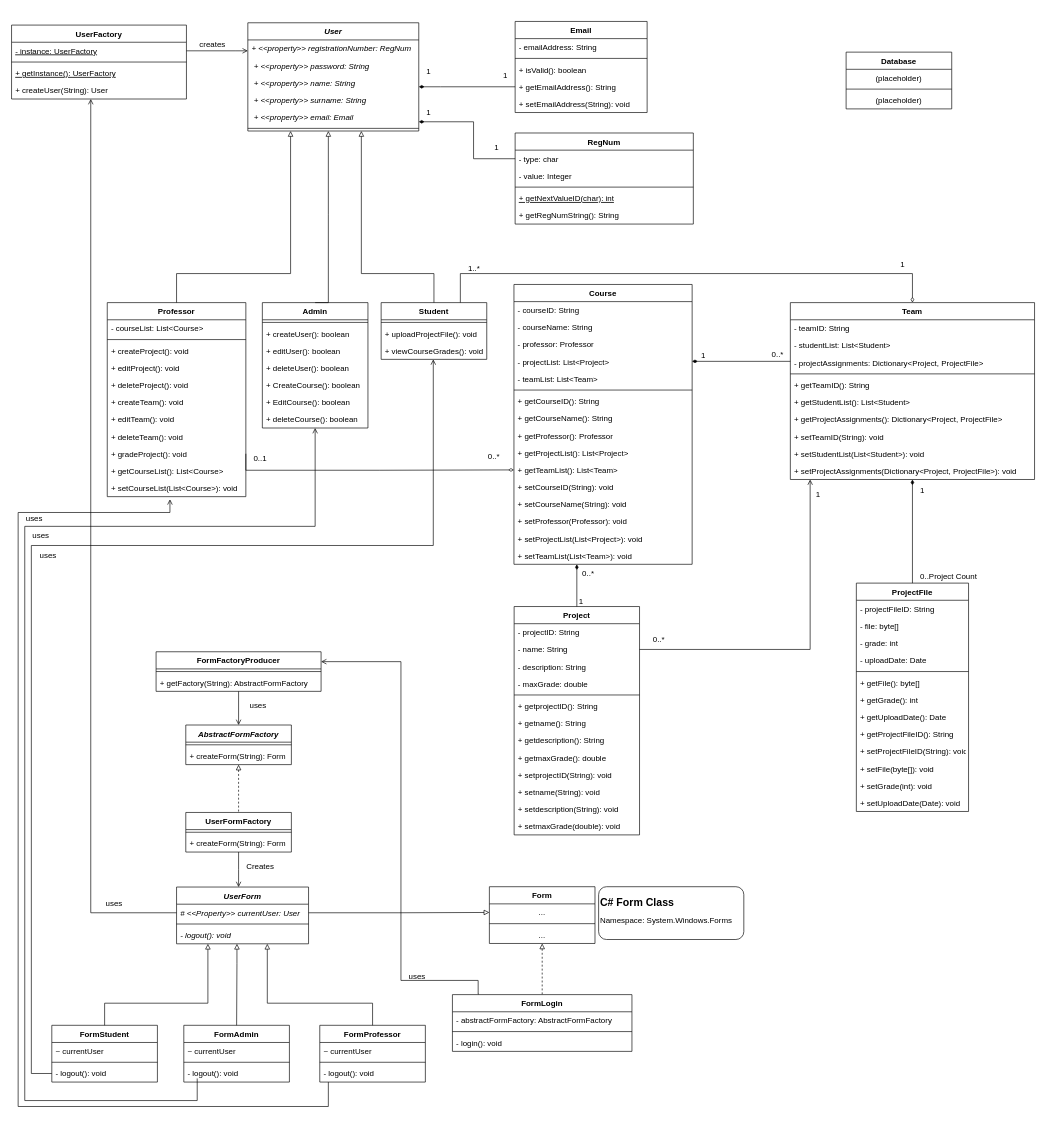
Syrko/E-ClassApplication keeps this draw.io diagram as ClassDiagrams/ClassDiagram_v2.drawio. Above is the earlier version. Source tidied: cells renumbered, new cells numbered last; positions are measured from the earlier drawing's top-left corner, leaving out a move shared by most shapes. Both pictures are drawn from the tidied source at 66%, with x=0, y=0 at pixel (11, 21).
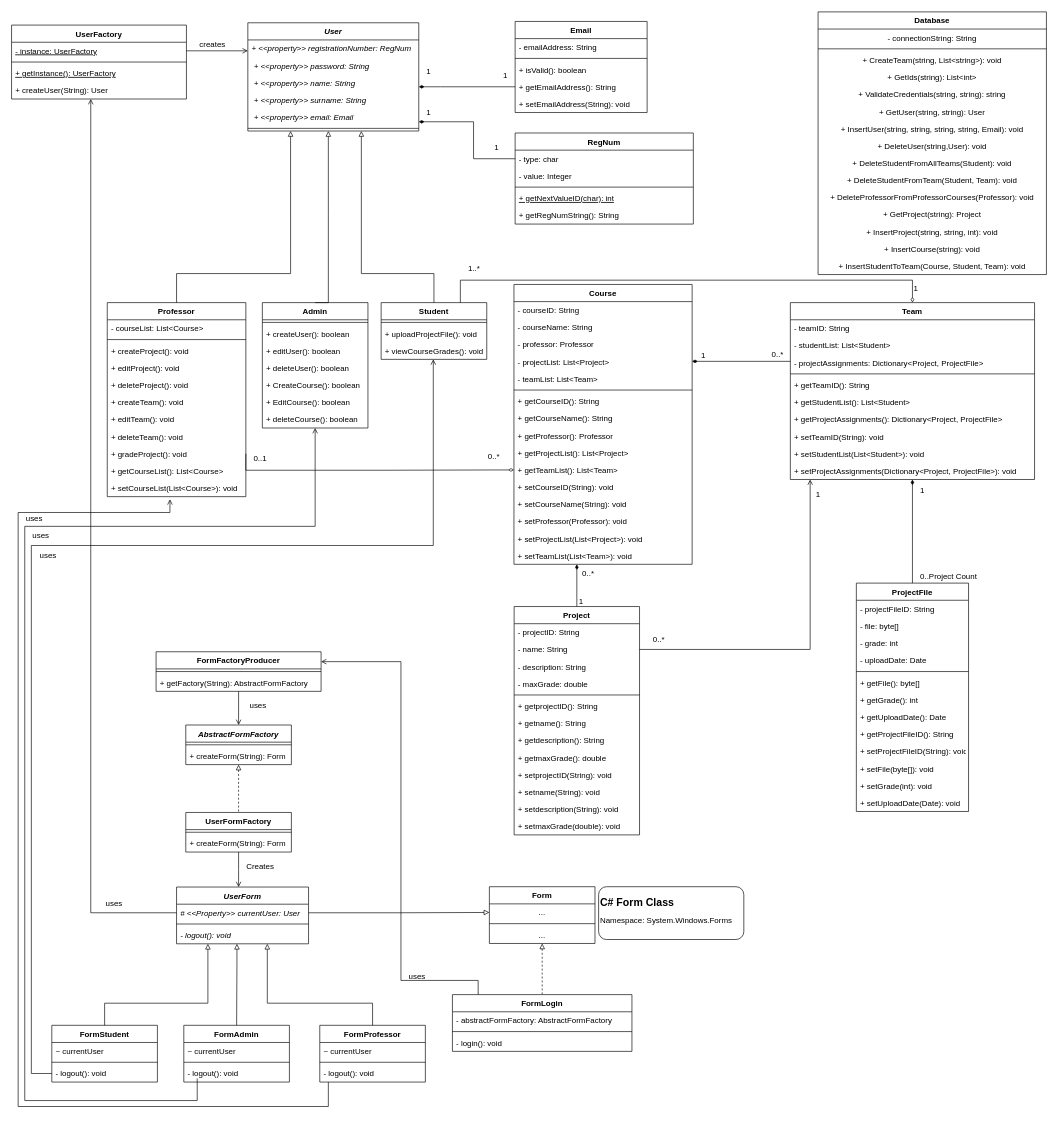
After the change.

Commit message:
Modified Class Diagram

The change refers to these unchanged cells:
```xml
<mxCell id="18" value="Student" style="swimlane;fontStyle=1;align=center;verticalAlign=top;horizontal=1;startSize=26;fillColor=none;" parent="1" vertex="1">
  <mxGeometry x="560" y="426" width="160" height="86" as="geometry" />
</mxCell>
<mxCell id="74" value="Team" style="swimlane;fontStyle=1;align=center;verticalAlign=top;horizontal=1;startSize=26;fillColor=none;" parent="1" vertex="1">
  <mxGeometry x="1180" y="426" width="370" height="268" as="geometry" />
</mxCell>
```

Change to the diagram source:
```diff
@@
     <mxCell id="73" style="edgeStyle=orthogonalEdgeStyle;rounded=0;jettySize=auto;html=1;exitX=0.5;exitY=0;exitDx=0;exitDy=0;entryX=0.75;entryY=0;entryDx=0;entryDy=0;endArrow=none;endFill=0;startArrow=diamondThin;startFill=0;" parent="1" edge="1" source="74" target="18">
       <mxGeometry relative="1" as="geometry">
         <Array as="points">
-          <mxPoint x="1365" y="382" />
-          <mxPoint x="680" y="382" />
+          <mxPoint x="1365" y="392" />
+          <mxPoint x="680" y="392" />
         </Array>
       </mxGeometry>
     </mxCell>
@@
     <mxCell id="127" value="1" style="text;html=1;align=left;verticalAlign=top;spacingTop=-4;" parent="1" vertex="1">
-      <mxGeometry x="1344.5" y="359" width="20" height="20" as="geometry" />
+      <mxGeometry x="1365" y="395" width="20" height="20" as="geometry" />
     </mxCell>
@@
-    <mxCell id="182" value="Database" style="swimlane;fontStyle=1;align=center;verticalAlign=top;horizontal=1;startSize=26;rounded=0;strokeColor=#000000;" parent="1" vertex="1">
-      <mxGeometry x="1264.5" y="46.5" width="160" height="86" as="geometry" />
-    </mxCell>
-    <mxCell id="183" value="(placeholder)" style="text;strokeColor=none;fillColor=none;align=center;verticalAlign=top;spacingLeft=4;spacingRight=4;overflow=hidden;" parent="182" vertex="1">
-      <mxGeometry y="26" width="160" height="26" as="geometry" />
-    </mxCell>
-    <mxCell id="184" style="line;strokeWidth=1;fillColor=none;align=left;verticalAlign=middle;spacingTop=-1;spacingLeft=3;spacingRight=3;labelPosition=right;" parent="182" vertex="1">
-      <mxGeometry y="52" width="160" height="8" as="geometry" />
-    </mxCell>
-    <mxCell id="185" value="(placeholder)" style="text;strokeColor=none;fillColor=none;align=center;verticalAlign=top;spacingLeft=4;spacingRight=4;overflow=hidden;" parent="182" vertex="1">
-      <mxGeometry y="60" width="160" height="26" as="geometry" />
-    </mxCell>
@@
+    <mxCell id="182" value="Database" style="swimlane;fontStyle=1;align=center;verticalAlign=top;horizontal=1;startSize=26;rounded=0;strokeColor=#000000;" parent="1" vertex="1">
+      <mxGeometry x="1222" y="-14.5" width="346" height="398" as="geometry" />
+    </mxCell>
+    <mxCell id="183" value="- connectionString: String" style="text;strokeColor=none;fillColor=none;align=center;verticalAlign=top;spacingLeft=4;spacingRight=4;overflow=hidden;" parent="182" vertex="1">
+      <mxGeometry y="26" width="346" height="26" as="geometry" />
+    </mxCell>
+    <mxCell id="184" style="line;strokeWidth=1;fillColor=none;align=left;verticalAlign=middle;spacingTop=-1;spacingLeft=3;spacingRight=3;labelPosition=right;" parent="182" vertex="1">
+      <mxGeometry y="52" width="346" height="8" as="geometry" />
+    </mxCell>
+    <mxCell id="185" value="+ CreateTeam(string, List&lt;string&gt;): void" style="text;strokeColor=none;fillColor=none;align=center;verticalAlign=top;spacingLeft=4;spacingRight=4;overflow=hidden;" parent="182" vertex="1">
+      <mxGeometry y="60" width="346" height="26" as="geometry" />
+    </mxCell>
+    <mxCell id="203" value="+ GetIds(string): List&lt;int&gt;" style="text;strokeColor=none;fillColor=none;align=center;verticalAlign=top;spacingLeft=4;spacingRight=4;overflow=hidden;" parent="182" vertex="1">
+      <mxGeometry y="86" width="346" height="26" as="geometry" />
+    </mxCell>
+    <mxCell id="204" value="+ ValidateCredentials(string, string): string" style="text;strokeColor=none;fillColor=none;align=center;verticalAlign=top;spacingLeft=4;spacingRight=4;overflow=hidden;" parent="182" vertex="1">
+      <mxGeometry y="112" width="346" height="26" as="geometry" />
+    </mxCell>
+    <mxCell id="205" value="+ GetUser(string, string): User" style="text;strokeColor=none;fillColor=none;align=center;verticalAlign=top;spacingLeft=4;spacingRight=4;overflow=hidden;" parent="182" vertex="1">
+      <mxGeometry y="138" width="346" height="26" as="geometry" />
+    </mxCell>
+    <mxCell id="206" value="+ InsertUser(string, string, string, string, Email): void" style="text;strokeColor=none;fillColor=none;align=center;verticalAlign=top;spacingLeft=4;spacingRight=4;overflow=hidden;" parent="182" vertex="1">
+      <mxGeometry y="164" width="346" height="26" as="geometry" />
+    </mxCell>
+    <mxCell id="207" value="+ DeleteUser(string,User): void" style="text;strokeColor=none;fillColor=none;align=center;verticalAlign=top;spacingLeft=4;spacingRight=4;overflow=hidden;" parent="182" vertex="1">
+      <mxGeometry y="190" width="346" height="26" as="geometry" />
+    </mxCell>
+    <mxCell id="208" value="+ DeleteStudentFromAllTeams(Student): void" style="text;strokeColor=none;fillColor=none;align=center;verticalAlign=top;spacingLeft=4;spacingRight=4;overflow=hidden;" parent="182" vertex="1">
+      <mxGeometry y="216" width="346" height="26" as="geometry" />
+    </mxCell>
+    <mxCell id="209" value="+ DeleteStudentFromTeam(Student, Team): void" style="text;strokeColor=none;fillColor=none;align=center;verticalAlign=top;spacingLeft=4;spacingRight=4;overflow=hidden;" parent="182" vertex="1">
+      <mxGeometry y="242" width="346" height="26" as="geometry" />
+    </mxCell>
+    <mxCell id="210" value="+ DeleteProfessorFromProfessorCourses(Professor): void" style="text;strokeColor=none;fillColor=none;align=center;verticalAlign=top;spacingLeft=4;spacingRight=4;overflow=hidden;" parent="182" vertex="1">
+      <mxGeometry y="268" width="346" height="26" as="geometry" />
+    </mxCell>
+    <mxCell id="211" value="+ GetProject(string): Project" style="text;strokeColor=none;fillColor=none;align=center;verticalAlign=top;spacingLeft=4;spacingRight=4;overflow=hidden;" parent="182" vertex="1">
+      <mxGeometry y="294" width="346" height="26" as="geometry" />
+    </mxCell>
+    <mxCell id="212" value="+ InsertProject(string, string, int): void" style="text;strokeColor=none;fillColor=none;align=center;verticalAlign=top;spacingLeft=4;spacingRight=4;overflow=hidden;" parent="182" vertex="1">
+      <mxGeometry y="320" width="346" height="26" as="geometry" />
+    </mxCell>
+    <mxCell id="213" value="+ InsertCourse(string): void" style="text;strokeColor=none;fillColor=none;align=center;verticalAlign=top;spacingLeft=4;spacingRight=4;overflow=hidden;" parent="182" vertex="1">
+      <mxGeometry y="346" width="346" height="26" as="geometry" />
+    </mxCell>
+    <mxCell id="214" value="+ InsertStudentToTeam(Course, Student, Team): void" style="text;strokeColor=none;fillColor=none;align=center;verticalAlign=top;spacingLeft=4;spacingRight=4;overflow=hidden;" parent="182" vertex="1">
+      <mxGeometry y="372" width="346" height="26" as="geometry" />
+    </mxCell>
```
